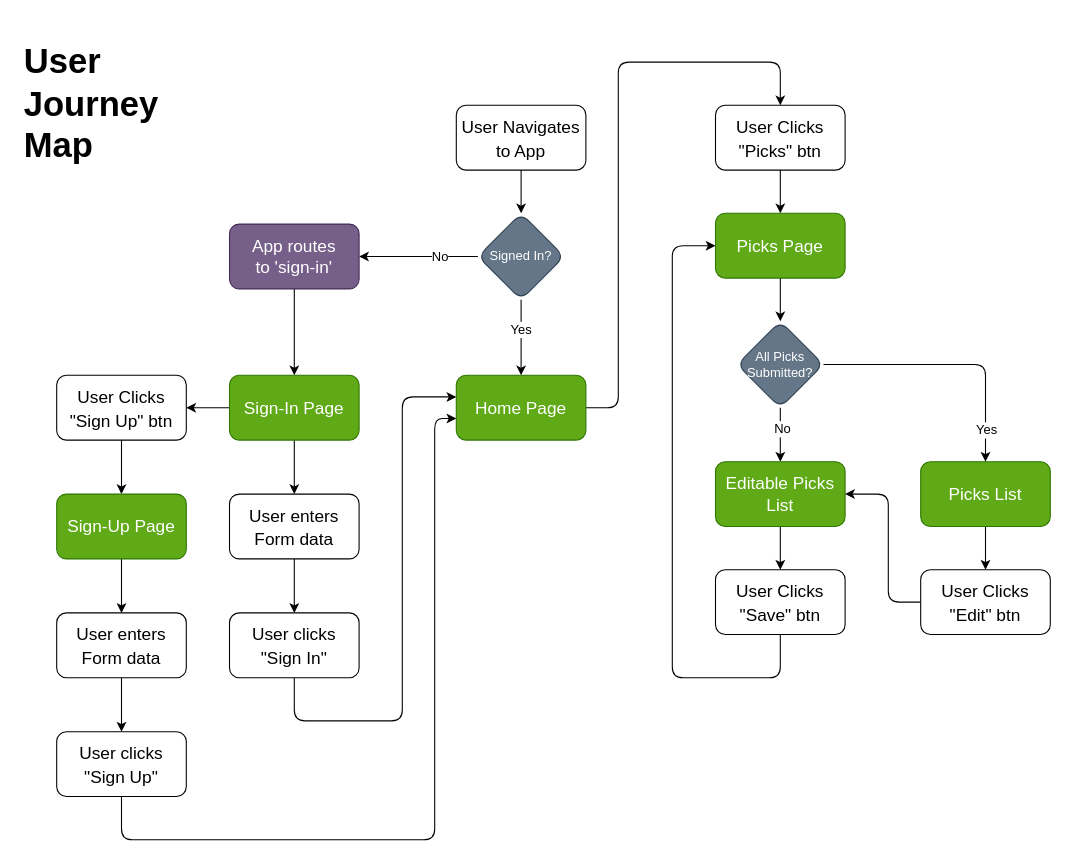
The draw.io diagram page "UX" (1 of 4) of docs/Footballer2.drawio in tjscooper/footballer2, before the edit. Source tidied: cells renumbered, new cells numbered last; positions are measured from the earlier drawing's top-left corner, leaving out a move shared by most shapes. Both pictures are drawn from the tidied source at 108%, with x=0, y=0 at pixel (18, 29).
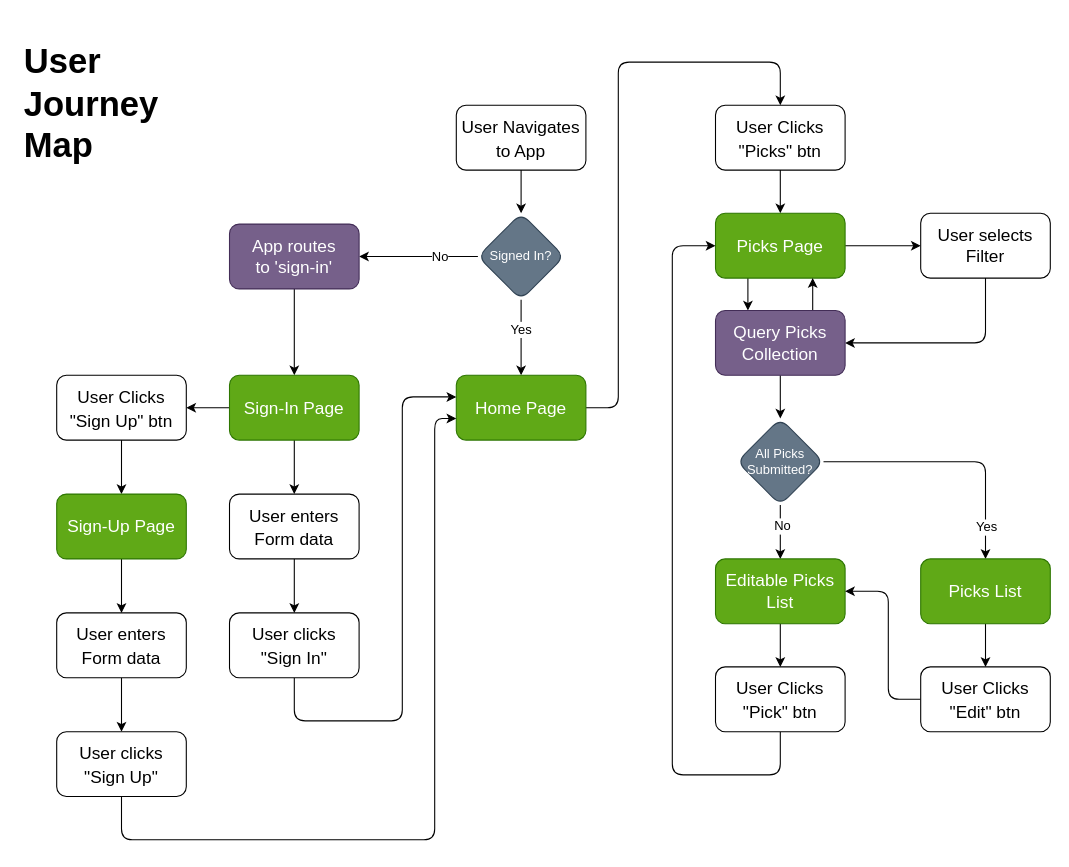
After the change.

Unchanged cells that the change refers to:
```xml
<mxCell id="20" value="Picks Page" style="whiteSpace=wrap;html=1;fontSize=16;rounded=1;sketch=0;strokeWidth=1;fillColor=#60a917;fontColor=#ffffff;strokeColor=#2D7600;" parent="1" vertex="1">
  <mxGeometry x="645" y="170" width="120" height="60" as="geometry" />
</mxCell>
```

Change to the diagram source:
```diff
@@
-    <mxCell id="19" style="edgeStyle=none;html=1;fontSize=16;" parent="1" edge="1" source="20" target="25">
-      <mxGeometry relative="1" as="geometry" />
-    </mxCell>
+    <mxCell id="46" style="edgeStyle=none;html=1;fontSize=14;" parent="1" edge="1" source="20" target="49">
+      <mxGeometry relative="1" as="geometry" />
+    </mxCell>
+    <mxCell id="47" style="edgeStyle=none;html=1;exitX=0.25;exitY=1;exitDx=0;exitDy=0;entryX=0.25;entryY=0;entryDx=0;entryDy=0;fontSize=14;" parent="1" edge="1" source="20" target="52">
+      <mxGeometry relative="1" as="geometry" />
+    </mxCell>
@@
     <mxCell id="23" style="edgeStyle=none;html=1;fontSize=16;" parent="1" edge="1" source="25" target="29">
       <mxGeometry relative="1" as="geometry">
         <Array as="points">
-          <mxPoint x="895" y="310" />
+          <mxPoint x="895" y="400" />
         </Array>
       </mxGeometry>
     </mxCell>
@@
     <mxCell id="25" value="All Picks&lt;br&gt;Submitted?" style="rhombus;whiteSpace=wrap;html=1;fontSize=12;fillColor=#647687;strokeColor=#314354;fontColor=#ffffff;rounded=1;sketch=0;strokeWidth=1;" parent="1" vertex="1">
-      <mxGeometry x="665" y="270" width="80" height="80" as="geometry" />
+      <mxGeometry x="665" y="360" width="80" height="80" as="geometry" />
     </mxCell>
@@
     <mxCell id="27" value="Editable Picks&lt;br&gt;List" style="whiteSpace=wrap;html=1;fillColor=#60a917;strokeColor=#2D7600;fontColor=#ffffff;rounded=1;sketch=0;strokeWidth=1;fontSize=16;" parent="1" vertex="1">
-      <mxGeometry x="645" y="400" width="120" height="60" as="geometry" />
+      <mxGeometry x="645" y="490" width="120" height="60" as="geometry" />
     </mxCell>
@@
     <mxCell id="29" value="Picks List" style="whiteSpace=wrap;html=1;fillColor=#60a917;strokeColor=#2D7600;fontColor=#ffffff;rounded=1;sketch=0;strokeWidth=1;fontSize=16;" parent="1" vertex="1">
-      <mxGeometry x="835" y="400" width="120" height="60" as="geometry" />
+      <mxGeometry x="835" y="490" width="120" height="60" as="geometry" />
     </mxCell>
     <mxCell id="30" style="edgeStyle=none;html=1;exitX=0;exitY=0.5;exitDx=0;exitDy=0;entryX=1;entryY=0.5;entryDx=0;entryDy=0;fontSize=16;" parent="1" edge="1" source="31" target="27">
       <mxGeometry relative="1" as="geometry">
         <Array as="points">
-          <mxPoint x="805" y="530" />
-          <mxPoint x="805" y="430" />
+          <mxPoint x="805" y="620" />
+          <mxPoint x="805" y="520" />
         </Array>
       </mxGeometry>
     </mxCell>
     <mxCell id="31" value="&lt;p style=&quot;line-height: 88%;&quot;&gt;&lt;font style=&quot;font-size: 16px;&quot;&gt;User Clicks&lt;br&gt;&quot;Edit&quot; btn&lt;/font&gt;&lt;/p&gt;" style="whiteSpace=wrap;html=1;fontSize=22;rounded=1;sketch=0;strokeWidth=1;" parent="1" vertex="1">
-      <mxGeometry x="835" y="500" width="120" height="60" as="geometry" />
+      <mxGeometry x="835" y="590" width="120" height="60" as="geometry" />
     </mxCell>
     <mxCell id="32" style="edgeStyle=none;html=1;exitX=0.5;exitY=1;exitDx=0;exitDy=0;entryX=0;entryY=0.5;entryDx=0;entryDy=0;fontSize=16;" parent="1" edge="1" source="33" target="20">
       <mxGeometry relative="1" as="geometry">
         <Array as="points">
-          <mxPoint x="705" y="600" />
-          <mxPoint x="605" y="600" />
+          <mxPoint x="705" y="690" />
+          <mxPoint x="605" y="690" />
           <mxPoint x="605" y="200" />
         </Array>
       </mxGeometry>
     </mxCell>
-    <mxCell id="33" value="&lt;p style=&quot;line-height: 88%;&quot;&gt;&lt;font style=&quot;font-size: 16px;&quot;&gt;User Clicks&lt;br&gt;&quot;Save&quot; btn&lt;/font&gt;&lt;/p&gt;" style="whiteSpace=wrap;html=1;fontSize=22;rounded=1;sketch=0;strokeWidth=1;" parent="1" vertex="1">
-      <mxGeometry x="645" y="500" width="120" height="60" as="geometry" />
+    <mxCell id="33" value="&lt;p style=&quot;line-height: 88%;&quot;&gt;&lt;font style=&quot;font-size: 16px;&quot;&gt;User Clicks&lt;br&gt;&quot;Pick&quot; btn&lt;/font&gt;&lt;/p&gt;" style="whiteSpace=wrap;html=1;fontSize=22;rounded=1;sketch=0;strokeWidth=1;" parent="1" vertex="1">
+      <mxGeometry x="645" y="590" width="120" height="60" as="geometry" />
     </mxCell>
@@
+    <mxCell id="48" style="edgeStyle=none;html=1;exitX=0.5;exitY=1;exitDx=0;exitDy=0;entryX=1;entryY=0.5;entryDx=0;entryDy=0;fontSize=14;" parent="1" edge="1" source="49" target="52">
+      <mxGeometry relative="1" as="geometry">
+        <Array as="points">
+          <mxPoint x="895" y="290" />
+        </Array>
+      </mxGeometry>
+    </mxCell>
+    <mxCell id="49" value="User selects&lt;br&gt;Filter" style="whiteSpace=wrap;html=1;fontSize=16;rounded=1;sketch=0;strokeWidth=1;" parent="1" vertex="1">
+      <mxGeometry x="835" y="170" width="120" height="60" as="geometry" />
+    </mxCell>
+    <mxCell id="50" style="edgeStyle=none;html=1;exitX=0.5;exitY=1;exitDx=0;exitDy=0;entryX=0.5;entryY=0;entryDx=0;entryDy=0;fontSize=14;" parent="1" edge="1" source="52" target="25">
+      <mxGeometry relative="1" as="geometry" />
+    </mxCell>
+    <mxCell id="51" style="edgeStyle=none;html=1;exitX=0.75;exitY=0;exitDx=0;exitDy=0;entryX=0.75;entryY=1;entryDx=0;entryDy=0;fontSize=14;" parent="1" edge="1" source="52" target="20">
+      <mxGeometry relative="1" as="geometry" />
+    </mxCell>
+    <mxCell id="52" value="Query Picks&lt;br&gt;Collection" style="whiteSpace=wrap;html=1;fontSize=16;fillColor=#76608a;strokeColor=#432D57;fontColor=#ffffff;rounded=1;sketch=0;strokeWidth=1;" parent="1" vertex="1">
+      <mxGeometry x="645" y="260" width="120" height="60" as="geometry" />
+    </mxCell>
```
